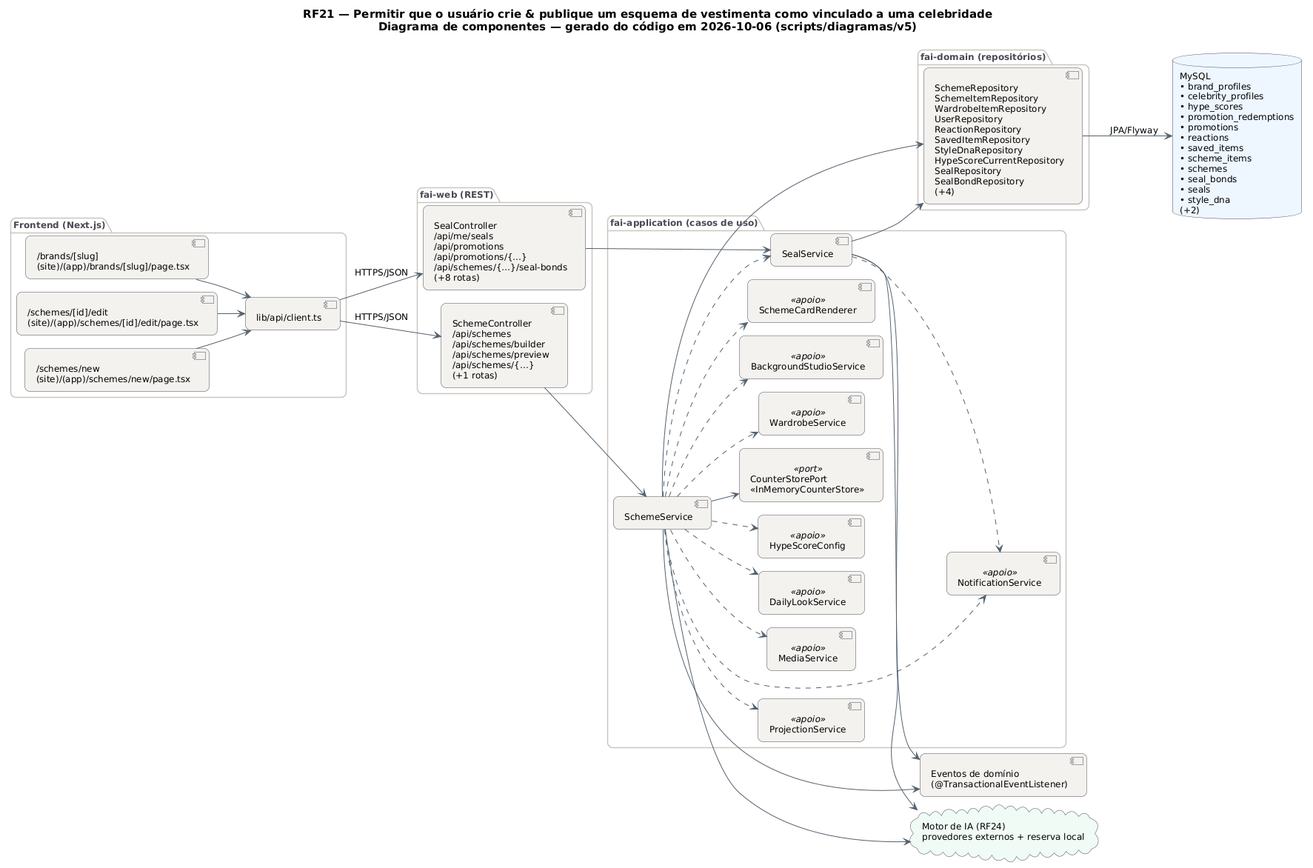
This is docs/diagramas/RF21/RF21_Componentes.png from MatheusHaliski/tcc-2026-fashion-ai-backend, a PlantUML export, as it was before one commit.
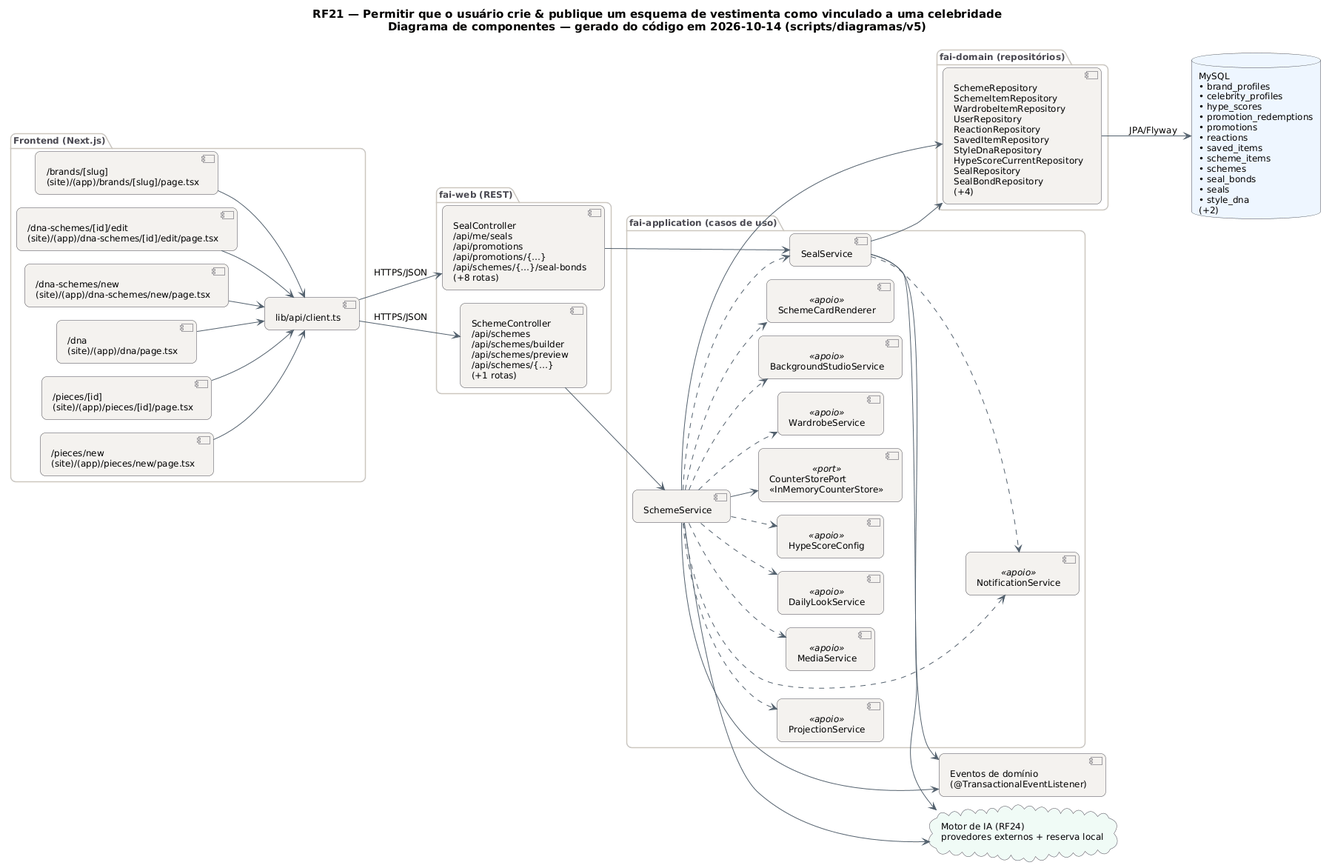
Above is the later version.

The edit, as a diff of the source:
```diff
@@ -29,12 +29,15 @@
   BorderColor #4A4852
 }
 left to right direction
-title RF21 — Permitir que o usuário crie & publique um esquema de vestimenta como vinculado a uma celebridade\nDiagrama de componentes — gerado do código em 2026-10-06 (scripts/diagramas/v5)
+title RF21 — Permitir que o usuário crie & publique um esquema de vestimenta como vinculado a uma celebridade\nDiagrama de componentes — gerado do código em 2026-10-14 (scripts/diagramas/v5)
 
 package "Frontend (Next.js)" {
   component "/brands/[slug]\n(site)/(app)/brands/[slug]/page.tsx" as FE0
-  component "/schemes/[id]/edit\n(site)/(app)/schemes/[id]/edit/page.tsx" as FE1
-  component "/schemes/new\n(site)/(app)/schemes/new/page.tsx" as FE2
+  component "/dna-schemes/[id]/edit\n(site)/(app)/dna-schemes/[id]/edit/page.tsx" as FE1
+  component "/dna-schemes/new\n(site)/(app)/dna-schemes/new/page.tsx" as FE2
+  component "/dna\n(site)/(app)/dna/page.tsx" as FE3
+  component "/pieces/[id]\n(site)/(app)/pieces/[id]/page.tsx" as FE4
+  component "/pieces/new\n(site)/(app)/pieces/new/page.tsx" as FE5
   component "lib/api/client.ts" as APIC
 }
 package "fai-web (REST)" {
@@ -65,6 +68,9 @@
 FE0 --> APIC
 FE1 --> APIC
 FE2 --> APIC
+FE3 --> APIC
+FE4 --> APIC
+FE5 --> APIC
 REPO_MySQL --> DB_MySQL : JPA/Flyway
 SchemeController --> SchemeService
 SchemeService --> AI
```
